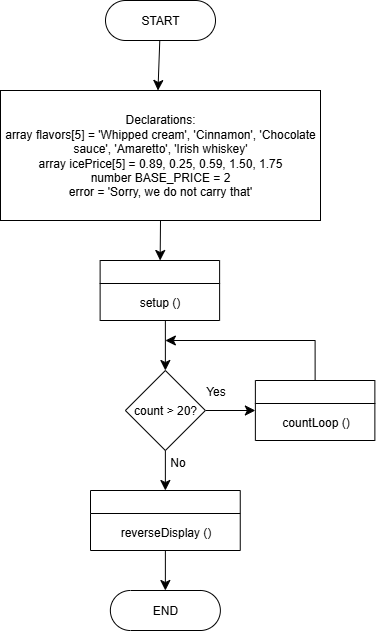
Before: Module 7 - Arrays Exercise 2 - Connor Bowles.drawio.png, a diagram exported from draw.io (CBowles10/SDEV_120_FALL2025_CBOWLES). Source tidied: cells renumbered, new cells last; positions are measured from the earlier drawing's top-left corner, leaving out a move shared by most shapes. The source it was exported from:
```xml
<mxGraphModel>
  <root>
    <mxCell id="0" />
    <mxCell id="1" parent="0" />
    <mxCell id="2" style="edgeStyle=none;curved=1;rounded=0;jettySize=auto;html=1;fontSize=12;startSize=8;endSize=8;" parent="1" edge="1" source="3">
      <mxGeometry relative="1" as="geometry">
        <mxPoint x="157.5" y="90" as="targetPoint" />
      </mxGeometry>
    </mxCell>
    <mxCell id="3" value="START" style="rounded=1;whiteSpace=wrap;html=1;arcSize=50;" parent="1" vertex="1">
      <mxGeometry x="105" width="110" height="40" as="geometry" />
    </mxCell>
    <mxCell id="4" style="edgeStyle=none;curved=1;rounded=0;jettySize=auto;html=1;exitX=0.5;exitY=1;exitDx=0;exitDy=0;fontSize=12;startSize=8;endSize=8;" parent="1" edge="1" source="5" target="15">
      <mxGeometry relative="1" as="geometry" />
    </mxCell>
    <mxCell id="5" value="Declarations:&lt;div&gt;array flavors[5] = 'Whipped cream', 'Cinnamon', 'Chocolate sauce', 'Amaretto', 'Irish whiskey'&lt;br&gt;array icePrice[5] = 0.89, 0.25, 0.59, 1.50, 1.75&lt;br&gt;number BASE_PRICE = 2&lt;br&gt;error = 'Sorry, we do not carry that'&lt;/div&gt;" style="rounded=0;whiteSpace=wrap;html=1;" parent="1" vertex="1">
      <mxGeometry y="90" width="320" height="130" as="geometry" />
    </mxCell>
    <mxCell id="6" style="edgeStyle=none;curved=1;rounded=0;jettySize=auto;html=1;fontSize=12;startSize=8;endSize=8;entryX=0;entryY=0.5;entryDx=0;entryDy=0;" parent="1" edge="1" source="10" target="12">
      <mxGeometry relative="1" as="geometry" />
    </mxCell>
    <mxCell id="7" value="Yes" style="edgeLabel;html=1;align=center;verticalAlign=middle;fontSize=12;" parent="6" vertex="1">
      <mxGeometry x="-0.19" y="-4" relative="1" as="geometry">
        <mxPoint x="-10" y="-24" as="offset" />
      </mxGeometry>
    </mxCell>
    <mxCell id="8" style="edgeStyle=none;curved=1;rounded=0;jettySize=auto;html=1;exitX=0.5;exitY=1;exitDx=0;exitDy=0;entryX=0.5;entryY=0;entryDx=0;entryDy=0;fontSize=12;startSize=8;endSize=8;" parent="1" edge="1" source="10" target="19">
      <mxGeometry relative="1" as="geometry" />
    </mxCell>
    <mxCell id="9" value="No" style="edgeLabel;html=1;align=center;verticalAlign=middle;fontSize=12;" parent="8" vertex="1">
      <mxGeometry x="-0.39" y="4" relative="1" as="geometry">
        <mxPoint x="8" as="offset" />
      </mxGeometry>
    </mxCell>
    <mxCell id="10" value="count &amp;gt; 20?" style="rhombus;whiteSpace=wrap;html=1;" parent="1" vertex="1">
      <mxGeometry x="124.9" y="370" width="80" height="80" as="geometry" />
    </mxCell>
    <mxCell id="11" style="edgeStyle=orthogonalEdgeStyle;rounded=0;jettySize=auto;html=1;exitX=0.5;exitY=0;exitDx=0;exitDy=0;fontSize=12;startSize=8;endSize=8;" parent="1" edge="1" source="12">
      <mxGeometry relative="1" as="geometry">
        <mxPoint x="164.9" y="340" as="targetPoint" />
        <Array as="points">
          <mxPoint x="314.9" y="340" />
        </Array>
      </mxGeometry>
    </mxCell>
    <mxCell id="12" style="swimlane;whiteSpace=wrap;html=1;" parent="1" vertex="1">
      <mxGeometry x="254.9" y="380" width="119.5" height="60" as="geometry" />
    </mxCell>
    <mxCell id="13" value="&lt;font style=&quot;font-size: 12px;&quot;&gt;countLoop ()&lt;/font&gt;" style="text;html=1;align=center;verticalAlign=middle;strokeColor=none;fillColor=none;fontSize=16;" parent="12" vertex="1">
      <mxGeometry x="14.8" y="25" width="90" height="30" as="geometry" />
    </mxCell>
    <mxCell id="14" style="edgeStyle=none;curved=1;rounded=0;jettySize=auto;html=1;entryX=0.5;entryY=0;entryDx=0;entryDy=0;fontSize=12;startSize=8;endSize=8;" parent="1" edge="1" target="10">
      <mxGeometry relative="1" as="geometry">
        <mxPoint x="164.9" y="320" as="sourcePoint" />
      </mxGeometry>
    </mxCell>
    <mxCell id="15" style="swimlane;whiteSpace=wrap;html=1;" parent="1" vertex="1">
      <mxGeometry x="99.6" y="260" width="119.5" height="60" as="geometry" />
    </mxCell>
    <mxCell id="16" value="&lt;font style=&quot;font-size: 12px;&quot;&gt;setup ()&lt;/font&gt;" style="text;html=1;align=center;verticalAlign=middle;strokeColor=none;fillColor=none;fontSize=16;" parent="15" vertex="1">
      <mxGeometry x="29.8" y="25" width="60" height="30" as="geometry" />
    </mxCell>
    <mxCell id="17" value="END" style="rounded=1;whiteSpace=wrap;html=1;arcSize=50;" parent="1" vertex="1">
      <mxGeometry x="109.9" y="590" width="110" height="40" as="geometry" />
    </mxCell>
    <mxCell id="18" style="edgeStyle=none;curved=1;rounded=0;jettySize=auto;html=1;exitX=0.5;exitY=1;exitDx=0;exitDy=0;entryX=0.5;entryY=0;entryDx=0;entryDy=0;fontSize=12;startSize=8;endSize=8;" parent="1" edge="1" source="19" target="17">
      <mxGeometry relative="1" as="geometry" />
    </mxCell>
    <mxCell id="19" style="swimlane;whiteSpace=wrap;html=1;" parent="1" vertex="1">
      <mxGeometry x="90" y="490" width="149.8" height="60" as="geometry" />
    </mxCell>
    <mxCell id="20" value="&lt;font style=&quot;font-size: 12px;&quot;&gt;reverseDisplay ()&lt;/font&gt;" style="text;html=1;align=center;verticalAlign=middle;strokeColor=none;fillColor=none;fontSize=16;" parent="19" vertex="1">
      <mxGeometry x="19.9" y="25" width="110" height="30" as="geometry" />
    </mxCell>
  </root>
</mxGraphModel>
```
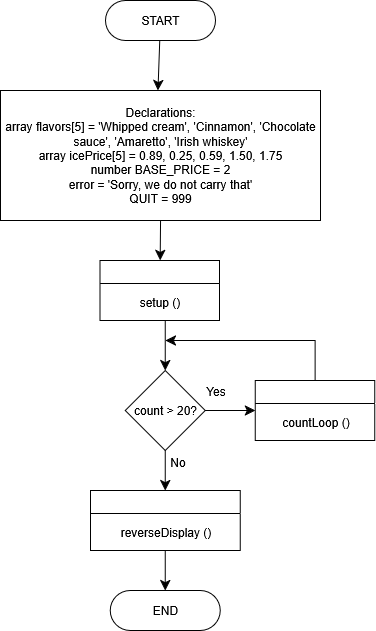
The same diagram one commit later.

Change to the diagram source:
```diff
@@ -13,7 +13,7 @@
     <mxCell id="4" style="edgeStyle=none;curved=1;rounded=0;jettySize=auto;html=1;exitX=0.5;exitY=1;exitDx=0;exitDy=0;fontSize=12;startSize=8;endSize=8;" parent="1" edge="1" source="5" target="15">
       <mxGeometry relative="1" as="geometry" />
     </mxCell>
-    <mxCell id="5" value="Declarations:&lt;div&gt;array flavors[5] = 'Whipped cream', 'Cinnamon', 'Chocolate sauce', 'Amaretto', 'Irish whiskey'&lt;br&gt;array icePrice[5] = 0.89, 0.25, 0.59, 1.50, 1.75&lt;br&gt;number BASE_PRICE = 2&lt;br&gt;error = 'Sorry, we do not carry that'&lt;/div&gt;" style="rounded=0;whiteSpace=wrap;html=1;" parent="1" vertex="1">
+    <mxCell id="5" value="Declarations:&lt;div&gt;array flavors[5] = 'Whipped cream', 'Cinnamon', 'Chocolate sauce', 'Amaretto', 'Irish whiskey'&lt;br&gt;array icePrice[5] = 0.89, 0.25, 0.59, 1.50, 1.75&lt;br&gt;number BASE_PRICE = 2&lt;br&gt;error = 'Sorry, we do not carry that'&lt;/div&gt;&lt;div&gt;QUIT = 999&lt;/div&gt;" style="rounded=0;whiteSpace=wrap;html=1;" parent="1" vertex="1">
       <mxGeometry y="90" width="320" height="130" as="geometry" />
     </mxCell>
     <mxCell id="6" style="edgeStyle=none;curved=1;rounded=0;jettySize=auto;html=1;fontSize=12;startSize=8;endSize=8;entryX=0;entryY=0.5;entryDx=0;entryDy=0;" parent="1" edge="1" source="10" target="12">
```
